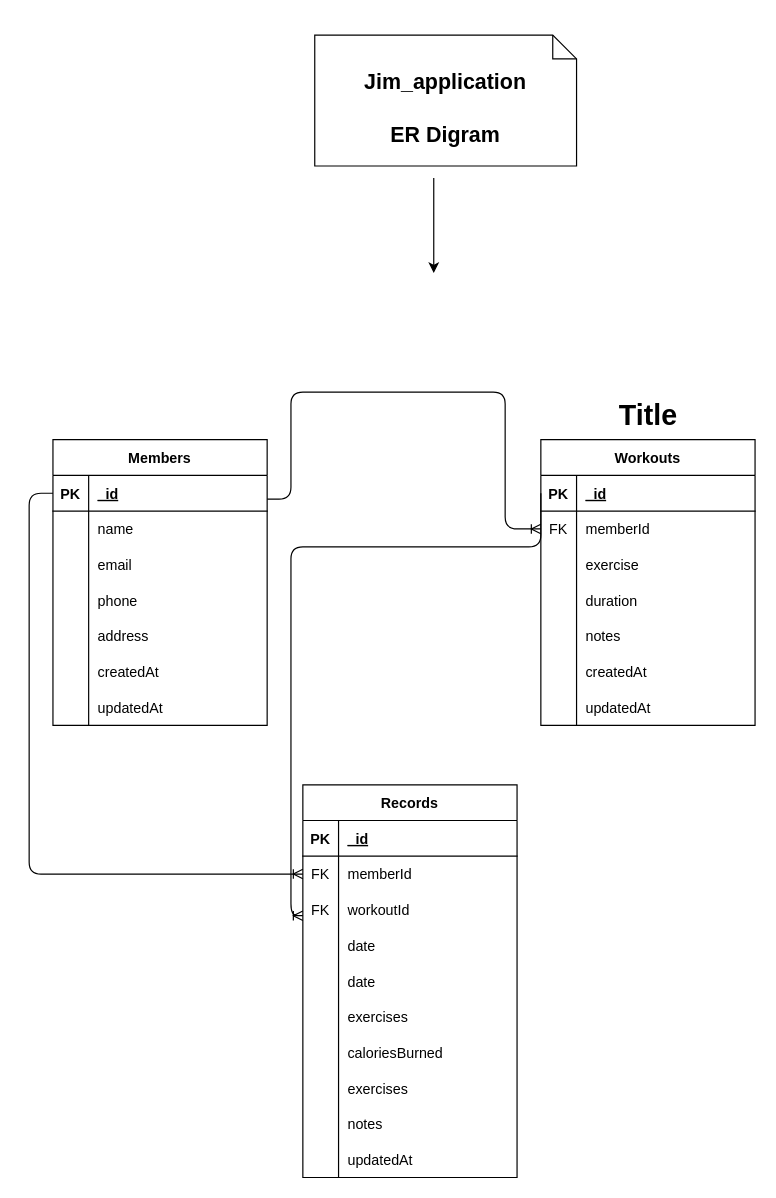
Earlier version of the draw.io diagram jim_application.drawio (Rana2324/jim_application). Source tidied: cells renumbered, new cells numbered last; positions are measured from the earlier drawing's top-left corner, leaving out a move shared by most shapes. Both pictures are drawn from the tidied source at 119%, with x=0, y=0 at pixel (29, 35).
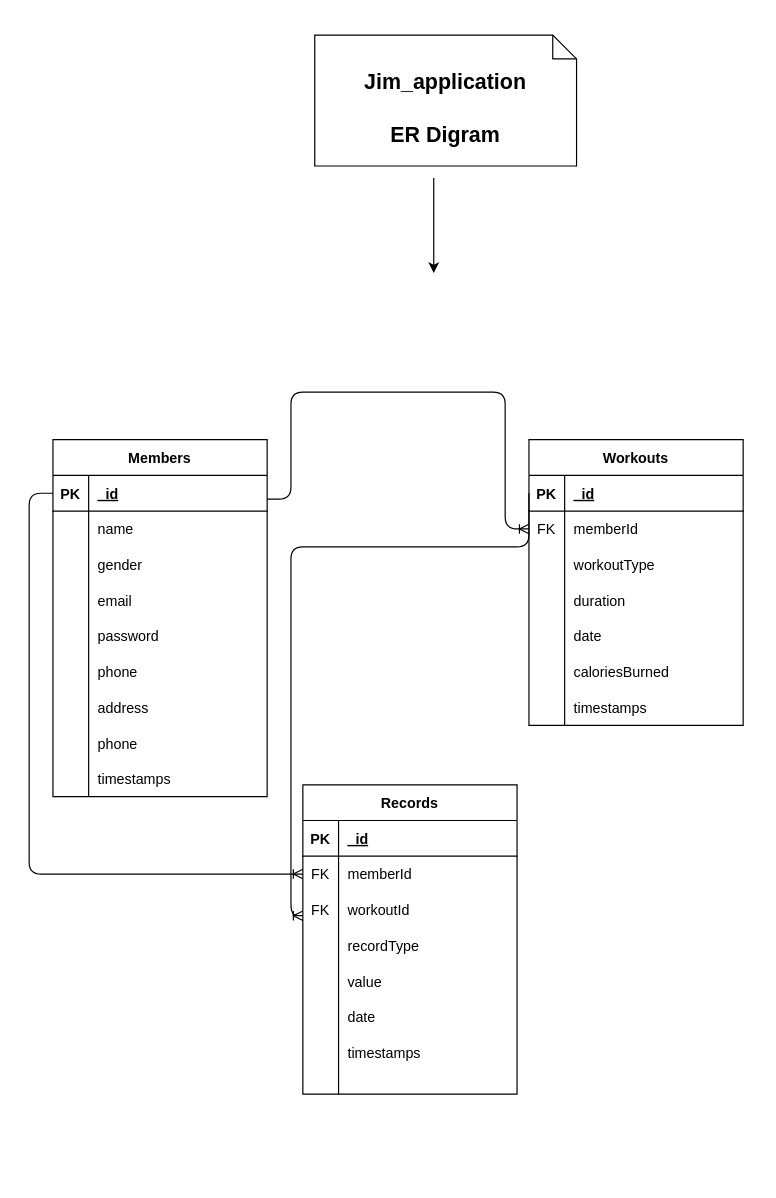
The same diagram, later.

Unchanged cells that the change refers to:
```xml
<mxCell id="25" style="shape=tableRow;horizontal=0;startSize=0;swimlaneHead=0;swimlaneBody=0;fillColor=none;points=[[0,0.5],[1,0.5]];portConstraint=eastwest;top=0;left=0;right=0;bottom=1;" parent="24" vertex="1">
  <mxGeometry y="30" width="180" height="30" as="geometry" />
</mxCell>
<mxCell id="31" style="shape=tableRow;horizontal=0;startSize=0;swimlaneHead=0;swimlaneBody=0;fillColor=none;top=0;left=0;right=0;bottom=0;" parent="24" vertex="1">
  <mxGeometry y="90" width="180" height="30" as="geometry" />
</mxCell>
<mxCell id="37" style="shape=tableRow;horizontal=0;startSize=0;swimlaneHead=0;swimlaneBody=0;fillColor=none;top=0;left=0;right=0;bottom=0;" parent="24" vertex="1">
  <mxGeometry y="150" width="180" height="30" as="geometry" />
</mxCell>
<mxCell id="40" style="shape=tableRow;horizontal=0;startSize=0;swimlaneHead=0;swimlaneBody=0;fillColor=none;top=0;left=0;right=0;bottom=0;" parent="24" vertex="1">
  <mxGeometry y="180" width="180" height="30" as="geometry" />
</mxCell>
<mxCell id="43" style="shape=tableRow;horizontal=0;startSize=0;swimlaneHead=0;swimlaneBody=0;fillColor=none;top=0;left=0;right=0;bottom=0;" parent="24" vertex="1">
  <mxGeometry y="210" width="180" height="30" as="geometry" />
</mxCell>
<mxCell id="56" style="shape=tableRow;horizontal=0;startSize=0;swimlaneHead=0;swimlaneBody=0;fillColor=none;top=0;left=0;right=0;bottom=0;" parent="46" vertex="1">
  <mxGeometry y="120" width="180" height="30" as="geometry" />
</mxCell>
<mxCell id="59" style="shape=tableRow;horizontal=0;startSize=0;swimlaneHead=0;swimlaneBody=0;fillColor=none;top=0;left=0;right=0;bottom=0;" parent="46" vertex="1">
  <mxGeometry y="150" width="180" height="30" as="geometry" />
</mxCell>
<mxCell id="62" style="shape=tableRow;horizontal=0;startSize=0;swimlaneHead=0;swimlaneBody=0;fillColor=none;top=0;left=0;right=0;bottom=0;" parent="46" vertex="1">
  <mxGeometry y="180" width="180" height="30" as="geometry" />
</mxCell>
<mxCell id="65" style="shape=tableRow;horizontal=0;startSize=0;swimlaneHead=0;swimlaneBody=0;fillColor=none;top=0;left=0;right=0;bottom=0;" parent="46" vertex="1">
  <mxGeometry y="210" width="180" height="30" as="geometry" />
</mxCell>
```

Change to the diagram source:
```diff
@@
     <mxCell id="2" value="Members" style="shape=table;startSize=30;childLayout=tableLayout;rowLines=0;fontStyle=1;align=center;" parent="1" vertex="1">
-      <mxGeometry x="20" y="340" width="180" height="240" as="geometry" />
+      <mxGeometry x="20" y="340" width="180" height="300" as="geometry" />
     </mxCell>
@@
+    <mxCell id="83" style="shape=tableRow;horizontal=0;startSize=0;swimlaneHead=0;swimlaneBody=0;fillColor=none;top=0;left=0;right=0;bottom=0;" parent="2" vertex="1">
+      <mxGeometry y="90" width="180" height="30" as="geometry" />
+    </mxCell>
+    <mxCell id="84" style="shape=partialRectangle;fillColor=none;top=0;left=0;bottom=0;right=0;overflow=hidden;" parent="83" vertex="1">
+      <mxGeometry width="30" height="30" as="geometry" />
+    </mxCell>
+    <mxCell id="85" value="gender" style="shape=partialRectangle;fillColor=none;top=0;left=0;bottom=0;right=0;align=left;spacingLeft=6;overflow=hidden;" parent="83" vertex="1">
+      <mxGeometry x="30" width="150" height="30" as="geometry" />
+    </mxCell>
     <mxCell id="9" style="shape=tableRow;horizontal=0;startSize=0;swimlaneHead=0;swimlaneBody=0;fillColor=none;top=0;left=0;right=0;bottom=0;" parent="2" vertex="1">
-      <mxGeometry y="90" width="180" height="30" as="geometry" />
+      <mxGeometry y="120" width="180" height="30" as="geometry" />
     </mxCell>
@@
+    <mxCell id="86" style="shape=tableRow;horizontal=0;startSize=0;swimlaneHead=0;swimlaneBody=0;fillColor=none;top=0;left=0;right=0;bottom=0;" parent="2" vertex="1">
+      <mxGeometry y="150" width="180" height="30" as="geometry" />
+    </mxCell>
+    <mxCell id="87" style="shape=partialRectangle;fillColor=none;top=0;left=0;bottom=0;right=0;overflow=hidden;" parent="86" vertex="1">
+      <mxGeometry width="30" height="30" as="geometry" />
+    </mxCell>
+    <mxCell id="88" value="password" style="shape=partialRectangle;fillColor=none;top=0;left=0;bottom=0;right=0;align=left;spacingLeft=6;overflow=hidden;" parent="86" vertex="1">
+      <mxGeometry x="30" width="150" height="30" as="geometry" />
+    </mxCell>
     <mxCell id="12" style="shape=tableRow;horizontal=0;startSize=0;swimlaneHead=0;swimlaneBody=0;fillColor=none;top=0;left=0;right=0;bottom=0;" parent="2" vertex="1">
-      <mxGeometry y="120" width="180" height="30" as="geometry" />
+      <mxGeometry y="180" width="180" height="30" as="geometry" />
     </mxCell>
@@
     <mxCell id="15" style="shape=tableRow;horizontal=0;startSize=0;swimlaneHead=0;swimlaneBody=0;fillColor=none;top=0;left=0;right=0;bottom=0;" parent="2" vertex="1">
-      <mxGeometry y="150" width="180" height="30" as="geometry" />
+      <mxGeometry y="210" width="180" height="30" as="geometry" />
     </mxCell>
@@
     <mxCell id="18" style="shape=tableRow;horizontal=0;startSize=0;swimlaneHead=0;swimlaneBody=0;fillColor=none;top=0;left=0;right=0;bottom=0;" parent="2" vertex="1">
-      <mxGeometry y="180" width="180" height="30" as="geometry" />
+      <mxGeometry y="240" width="180" height="30" as="geometry" />
     </mxCell>
@@
-    <mxCell id="20" value="createdAt" style="shape=partialRectangle;fillColor=none;top=0;left=0;bottom=0;right=0;align=left;spacingLeft=6;overflow=hidden;" parent="18" vertex="1">
+    <mxCell id="20" value="phone" style="shape=partialRectangle;fillColor=none;top=0;left=0;bottom=0;right=0;align=left;spacingLeft=6;overflow=hidden;" parent="18" vertex="1">
       <mxGeometry x="30" width="150" height="30" as="geometry" />
     </mxCell>
     <mxCell id="21" style="shape=tableRow;horizontal=0;startSize=0;swimlaneHead=0;swimlaneBody=0;fillColor=none;top=0;left=0;right=0;bottom=0;" parent="2" vertex="1">
-      <mxGeometry y="210" width="180" height="30" as="geometry" />
+      <mxGeometry y="270" width="180" height="30" as="geometry" />
     </mxCell>
@@
-    <mxCell id="23" value="updatedAt" style="shape=partialRectangle;fillColor=none;top=0;left=0;bottom=0;right=0;align=left;spacingLeft=6;overflow=hidden;" parent="21" vertex="1">
+    <mxCell id="23" value="timestamps" style="shape=partialRectangle;fillColor=none;top=0;left=0;bottom=0;right=0;align=left;spacingLeft=6;overflow=hidden;" parent="21" vertex="1">
       <mxGeometry x="30" width="150" height="30" as="geometry" />
     </mxCell>
     <mxCell id="24" value="Workouts" style="shape=table;startSize=30;childLayout=tableLayout;rowLines=0;fontStyle=1;align=center;" parent="1" vertex="1">
-      <mxGeometry x="430" y="340" width="180" height="240" as="geometry" />
+      <mxGeometry x="420" y="340" width="180" height="240" as="geometry" />
     </mxCell>
@@
-    <mxCell id="33" value="exercise" style="shape=partialRectangle;fillColor=none;top=0;left=0;bottom=0;right=0;align=left;spacingLeft=6;overflow=hidden;" parent="31" vertex="1">
+    <mxCell id="33" value="workoutType" style="shape=partialRectangle;fillColor=none;top=0;left=0;bottom=0;right=0;align=left;spacingLeft=6;overflow=hidden;" parent="31" vertex="1">
       <mxGeometry x="30" width="150" height="30" as="geometry" />
     </mxCell>
@@
-    <mxCell id="39" value="notes" style="shape=partialRectangle;fillColor=none;top=0;left=0;bottom=0;right=0;align=left;spacingLeft=6;overflow=hidden;" parent="37" vertex="1">
+    <mxCell id="39" value="date" style="shape=partialRectangle;fillColor=none;top=0;left=0;bottom=0;right=0;align=left;spacingLeft=6;overflow=hidden;" parent="37" vertex="1">
       <mxGeometry x="30" width="150" height="30" as="geometry" />
     </mxCell>
@@
-    <mxCell id="42" value="createdAt" style="shape=partialRectangle;fillColor=none;top=0;left=0;bottom=0;right=0;align=left;spacingLeft=6;overflow=hidden;" parent="40" vertex="1">
+    <mxCell id="42" value="caloriesBurned" style="shape=partialRectangle;fillColor=none;top=0;left=0;bottom=0;right=0;align=left;spacingLeft=6;overflow=hidden;" parent="40" vertex="1">
       <mxGeometry x="30" width="150" height="30" as="geometry" />
     </mxCell>
@@
-    <mxCell id="45" value="updatedAt" style="shape=partialRectangle;fillColor=none;top=0;left=0;bottom=0;right=0;align=left;spacingLeft=6;overflow=hidden;" parent="43" vertex="1">
+    <mxCell id="45" value="timestamps" style="shape=partialRectangle;fillColor=none;top=0;left=0;bottom=0;right=0;align=left;spacingLeft=6;overflow=hidden;" parent="43" vertex="1">
       <mxGeometry x="30" width="150" height="30" as="geometry" />
     </mxCell>
-    <mxCell id="46" value="Records" style="shape=table;startSize=30;childLayout=tableLayout;rowLines=0;fontStyle=1;align=center;" parent="1" vertex="1">
-      <mxGeometry x="230" y="630" width="180" height="330" as="geometry" />
+    <mxCell id="46" value="Records" style="shape=table;startSize=30;childLayout=tableLayout;rowLines=0;fontStyle=1;align=center;arcSize=15;resizeLastRow=1;" parent="1" vertex="1">
+      <mxGeometry x="230" y="630" width="180" height="260" as="geometry" />
     </mxCell>
@@
-    <mxCell id="57" style="shape=partialRectangle;fillColor=none;top=0;left=0;bottom=0;right=0;overflow=hidden;" parent="56" vertex="1">
+    <mxCell id="57" style="shape=partialRectangle;fillColor=none;top=0;left=0;bottom=0;right=0;overflow=hidden;opacity=80;" parent="56" vertex="1">
       <mxGeometry width="30" height="30" as="geometry" />
     </mxCell>
-    <mxCell id="58" value="date" style="shape=partialRectangle;fillColor=none;top=0;left=0;bottom=0;right=0;align=left;spacingLeft=6;overflow=hidden;" parent="56" vertex="1">
+    <mxCell id="58" value="recordType" style="shape=partialRectangle;fillColor=none;top=0;left=0;bottom=0;right=0;align=left;spacingLeft=6;overflow=hidden;" parent="56" vertex="1">
       <mxGeometry x="30" width="150" height="30" as="geometry" />
     </mxCell>
@@
-    <mxCell id="61" value="date" style="shape=partialRectangle;fillColor=none;top=0;left=0;bottom=0;right=0;align=left;spacingLeft=6;overflow=hidden;" parent="59" vertex="1">
+    <mxCell id="61" value="value" style="shape=partialRectangle;fillColor=none;top=0;left=0;bottom=0;right=0;align=left;spacingLeft=6;overflow=hidden;" parent="59" vertex="1">
       <mxGeometry x="30" width="150" height="30" as="geometry" />
     </mxCell>
@@
-    <mxCell id="64" value="exercises" style="shape=partialRectangle;fillColor=none;top=0;left=0;bottom=0;right=0;align=left;spacingLeft=6;overflow=hidden;" parent="62" vertex="1">
+    <mxCell id="64" value="date" style="shape=partialRectangle;fillColor=none;top=0;left=0;bottom=0;right=0;align=left;spacingLeft=6;overflow=hidden;" parent="62" vertex="1">
       <mxGeometry x="30" width="150" height="30" as="geometry" />
     </mxCell>
@@
-    <mxCell id="67" value="caloriesBurned" style="shape=partialRectangle;fillColor=none;top=0;left=0;bottom=0;right=0;align=left;spacingLeft=6;overflow=hidden;" parent="65" vertex="1">
+    <mxCell id="67" value="timestamps" style="shape=partialRectangle;fillColor=none;top=0;left=0;bottom=0;right=0;align=left;spacingLeft=6;overflow=hidden;" parent="65" vertex="1">
       <mxGeometry x="30" width="150" height="30" as="geometry" />
     </mxCell>
-    <mxCell id="68" style="shape=tableRow;horizontal=0;startSize=0;swimlaneHead=0;swimlaneBody=0;fillColor=none;top=0;left=0;right=0;bottom=0;" parent="46" vertex="1">
-      <mxGeometry y="240" width="180" height="30" as="geometry" />
-    </mxCell>
-    <mxCell id="69" style="shape=partialRectangle;fillColor=none;top=0;left=0;bottom=0;right=0;overflow=hidden;" parent="68" vertex="1">
-      <mxGeometry width="30" height="30" as="geometry" />
-    </mxCell>
-    <mxCell id="70" value="exercises" style="shape=partialRectangle;fillColor=none;top=0;left=0;bottom=0;right=0;align=left;spacingLeft=6;overflow=hidden;" parent="68" vertex="1">
-      <mxGeometry x="30" width="150" height="30" as="geometry" />
-    </mxCell>
     <mxCell id="71" style="shape=tableRow;horizontal=0;startSize=0;swimlaneHead=0;swimlaneBody=0;fillColor=none;top=0;left=0;right=0;bottom=0;" parent="46" vertex="1">
-      <mxGeometry y="270" width="180" height="30" as="geometry" />
+      <mxGeometry y="240" width="180" height="20" as="geometry" />
     </mxCell>
     <mxCell id="72" style="shape=partialRectangle;fillColor=none;top=0;left=0;bottom=0;right=0;overflow=hidden;" parent="71" vertex="1">
-      <mxGeometry width="30" height="30" as="geometry" />
+      <mxGeometry width="30" height="20" as="geometry" />
     </mxCell>
-    <mxCell id="73" value="notes" style="shape=partialRectangle;fillColor=none;top=0;left=0;bottom=0;right=0;align=left;spacingLeft=6;overflow=hidden;" parent="71" vertex="1">
-      <mxGeometry x="30" width="150" height="30" as="geometry" />
+    <mxCell id="73" style="shape=partialRectangle;fillColor=none;top=0;left=0;bottom=0;right=0;align=left;spacingLeft=6;overflow=hidden;" parent="71" vertex="1">
+      <mxGeometry x="30" width="150" height="20" as="geometry" />
     </mxCell>
-    <mxCell id="74" style="shape=tableRow;horizontal=0;startSize=0;swimlaneHead=0;swimlaneBody=0;fillColor=none;top=0;left=0;right=0;bottom=0;" parent="46" vertex="1">
-      <mxGeometry y="300" width="180" height="30" as="geometry" />
-    </mxCell>
-    <mxCell id="75" style="shape=partialRectangle;fillColor=none;top=0;left=0;bottom=0;right=0;overflow=hidden;" parent="74" vertex="1">
-      <mxGeometry width="30" height="30" as="geometry" />
-    </mxCell>
-    <mxCell id="76" value="updatedAt" style="shape=partialRectangle;fillColor=none;top=0;left=0;bottom=0;right=0;align=left;spacingLeft=6;overflow=hidden;" parent="74" vertex="1">
-      <mxGeometry x="30" width="150" height="30" as="geometry" />
-    </mxCell>
@@
-    <mxCell id="79" value="Title" style="text;strokeColor=none;fillColor=none;html=1;fontSize=24;fontStyle=1;verticalAlign=middle;align=center;" parent="1" vertex="1">
-      <mxGeometry x="470" y="300" width="100" height="40" as="geometry" />
-    </mxCell>
@@
     <mxCell id="82" style="fontSize=12;html=1;endArrow=ERoneToMany;elbow=vertical;exitX=0;exitY=0.5;exitDx=0;exitDy=0;edgeStyle=orthogonalEdgeStyle;" parent="1" edge="1" source="25">
       <mxGeometry relative="1" as="geometry">
         <mxPoint x="230" y="740" as="targetPoint" />
         <Array as="points">
-          <mxPoint x="430" y="430" />
+          <mxPoint x="420" y="430" />
           <mxPoint x="220" y="430" />
           <mxPoint x="220" y="740" />
         </Array>
       </mxGeometry>
     </mxCell>
```
